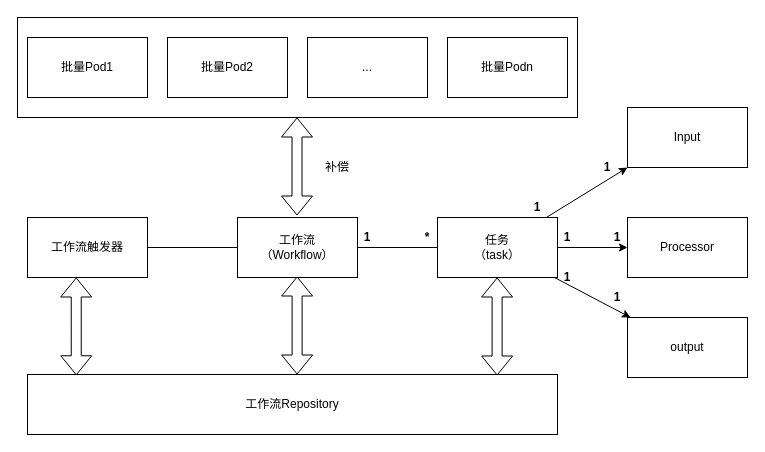
Above: 未命名绘图.drawio in DotDotGeng/drawio_pic (draw.io), before the change. Source tidied: cells renumbered, new cells numbered last; positions are measured from the earlier drawing's top-left corner, leaving out a move shared by most shapes. Both pictures are drawn from the tidied source at 100%, with x=0, y=0 at pixel (17, 17).
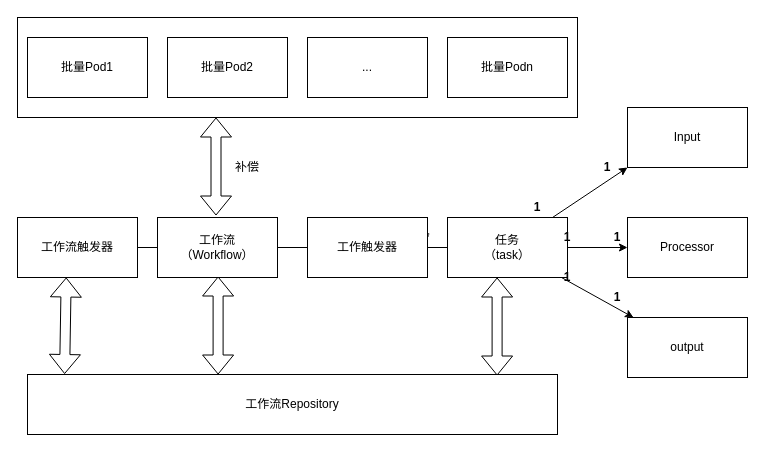
The same diagram, later.

Commit message:
更新未命名绘图.drawio

The change refers to these unchanged cells:
```xml
<mxCell id="21" value="工作流Repository" style="rounded=0;whiteSpace=wrap;html=1;" parent="1" vertex="1">
  <mxGeometry x="10" y="357" width="530" height="60" as="geometry" />
</mxCell>
```

The edit, as a diff of the source:
```diff
@@
     <mxCell id="3" value="工作流触发器" style="rounded=0;whiteSpace=wrap;html=1;" parent="1" vertex="1">
-      <mxGeometry x="10" y="200" width="120" height="60" as="geometry" />
+      <mxGeometry y="200" width="120" height="60" as="geometry" />
     </mxCell>
@@
     <mxCell id="5" value="工作流&lt;br&gt;（Workflow）" style="rounded=0;whiteSpace=wrap;html=1;" parent="1" vertex="1">
-      <mxGeometry x="220" y="200" width="120" height="60" as="geometry" />
+      <mxGeometry x="140" y="200" width="120" height="60" as="geometry" />
     </mxCell>
@@
     <mxCell id="9" value="任务&lt;br&gt;（task）" style="whiteSpace=wrap;html=1;rounded=0;" parent="1" vertex="1">
-      <mxGeometry x="420" y="200" width="120" height="60" as="geometry" />
+      <mxGeometry x="430" y="200" width="120" height="60" as="geometry" />
     </mxCell>
@@
-    <mxCell id="22" style="shape=flexArrow;endArrow=classic;startArrow=classic;html=1;rounded=0;entryX=0.406;entryY=1;entryDx=0;entryDy=0;entryPerimeter=0;exitX=0.092;exitY=0.013;exitDx=0;exitDy=0;exitPerimeter=0;" parent="1" edge="1" source="21" target="3">
+    <mxCell id="22" style="shape=flexArrow;endArrow=classic;startArrow=classic;html=1;rounded=0;entryX=0.406;entryY=1;entryDx=0;entryDy=0;entryPerimeter=0;exitX=0.07;exitY=-0.008;exitDx=0;exitDy=0;exitPerimeter=0;" parent="1" edge="1" source="21" target="3">
       <mxGeometry relative="1" as="geometry" />
     </mxCell>
     <mxCell id="23" style="shape=flexArrow;endArrow=classic;startArrow=classic;html=1;rounded=0;entryX=0.406;entryY=1;entryDx=0;entryDy=0;entryPerimeter=0;exitX=0.092;exitY=0.013;exitDx=0;exitDy=0;exitPerimeter=0;" parent="1" edge="1">
       <mxGeometry relative="1" as="geometry">
-        <mxPoint x="279.6" y="357" as="sourcePoint" />
-        <mxPoint x="279.6" y="259" as="targetPoint" />
+        <mxPoint x="200.6" y="357" as="sourcePoint" />
+        <mxPoint x="200.6" y="259" as="targetPoint" />
       </mxGeometry>
     </mxCell>
@@
     <mxCell id="30" style="shape=flexArrow;endArrow=classic;startArrow=classic;html=1;rounded=0;entryX=0.406;entryY=1;entryDx=0;entryDy=0;entryPerimeter=0;exitX=0.092;exitY=0.013;exitDx=0;exitDy=0;exitPerimeter=0;" parent="1" edge="1">
       <mxGeometry relative="1" as="geometry">
-        <mxPoint x="279.5" y="198" as="sourcePoint" />
-        <mxPoint x="279.5" y="100" as="targetPoint" />
+        <mxPoint x="198.5" y="198" as="sourcePoint" />
+        <mxPoint x="198.5" y="100" as="targetPoint" />
       </mxGeometry>
     </mxCell>
     <mxCell id="31" value="补偿" style="text;html=1;strokeColor=none;fillColor=none;align=center;verticalAlign=middle;whiteSpace=wrap;rounded=0;" parent="1" vertex="1">
-      <mxGeometry x="290" y="135" width="60" height="30" as="geometry" />
+      <mxGeometry x="200" y="135" width="60" height="30" as="geometry" />
     </mxCell>
+    <mxCell id="32" value="工作触发器" style="rounded=0;whiteSpace=wrap;html=1;" parent="1" vertex="1">
+      <mxGeometry x="290" y="200" width="120" height="60" as="geometry" />
+    </mxCell>
```
